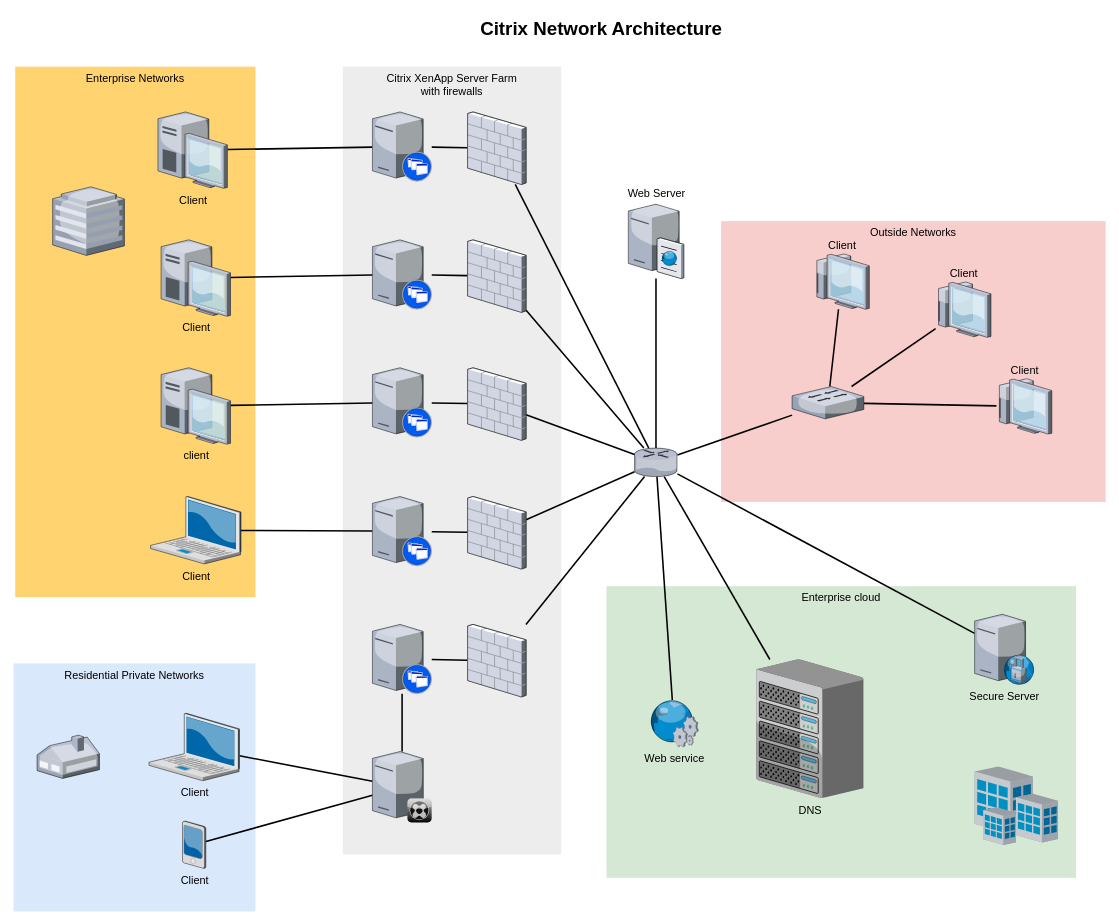
Above: Untitled Diagram.drawio in tangcr/test_git (draw.io), before the change. Source tidied: cells renumbered, new cells numbered last; positions are measured from the earlier drawing's top-left corner, leaving out a move shared by most shapes. Both pictures are drawn from the tidied source at 78%, with x=0, y=0 at pixel (13, 13).
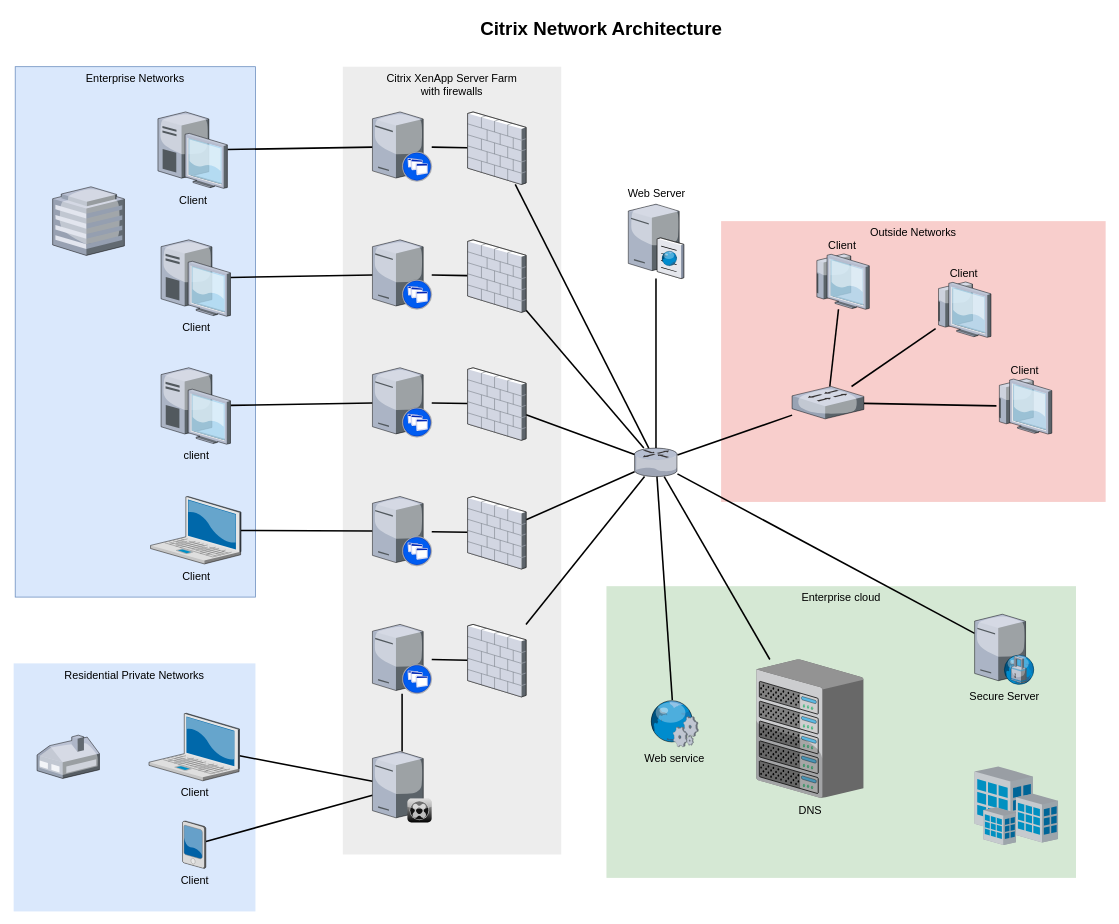
The same page after the edit.

What changed in the source:
```diff
@@
-    <mxCell id="6" value="Enterprise Networks" style="whiteSpace=wrap;html=1;fillColor=#FFD470;gradientColor=none;fontSize=14;strokeColor=none;verticalAlign=top;" parent="1" vertex="1">
+    <mxCell id="6" value="Enterprise Networks" style="whiteSpace=wrap;html=1;fillColor=#dae8fc;fontSize=14;strokeColor=#6c8ebf;verticalAlign=top;" parent="1" vertex="1">
       <mxGeometry x="2" y="68" width="308" height="680" as="geometry" />
     </mxCell>
```
